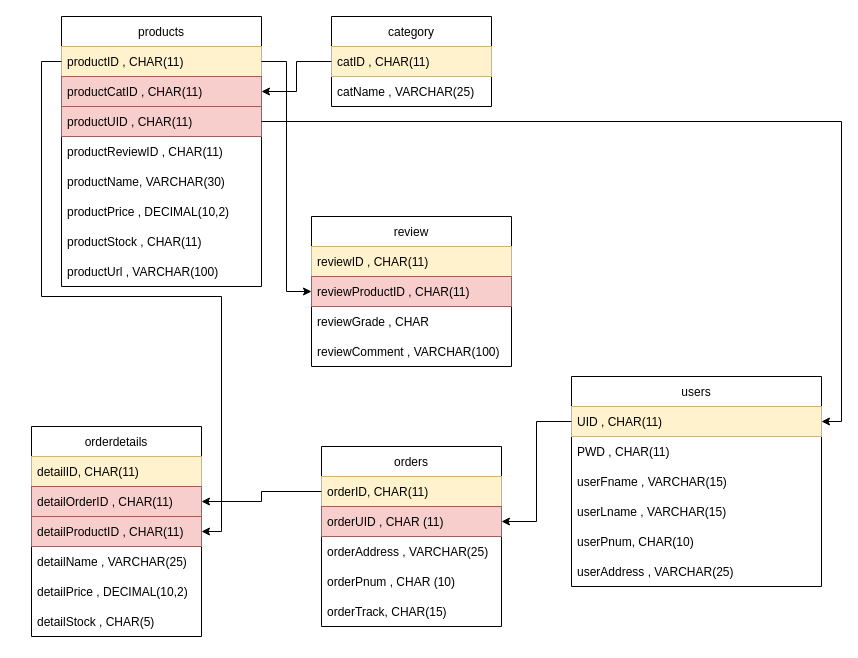
Earlier version of the draw.io diagram Charts/flowchart.drawio (AlexanderSelfors/D0018E). Source tidied: cells renumbered, new cells numbered last; positions are measured from the earlier drawing's top-left corner, leaving out a move shared by most shapes. Both pictures are drawn from the tidied source at 100%, with x=0, y=0 at pixel (31, 16).
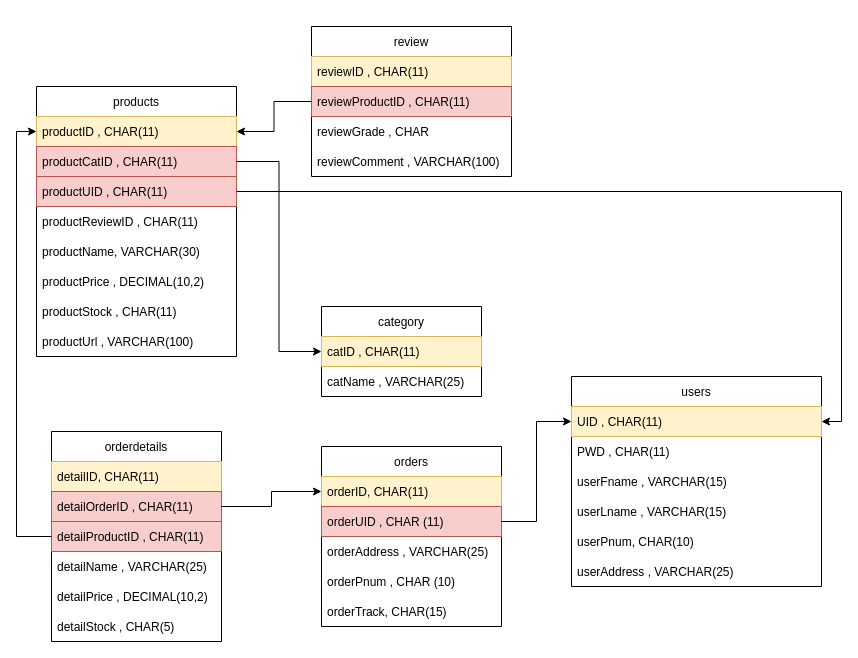
Above is the later version.

Unchanged cells that the change refers to:
```xml
<mxCell id="3" value="UID , CHAR(11)" style="text;strokeColor=#d6b656;fillColor=#fff2cc;align=left;verticalAlign=middle;spacingLeft=4;spacingRight=4;overflow=hidden;points=[[0,0.5],[1,0.5]];portConstraint=eastwest;" parent="2" vertex="1">
  <mxGeometry y="30" width="250" height="30" as="geometry" />
</mxCell>
<mxCell id="10" value="productID , CHAR(11)" style="text;strokeColor=#d6b656;fillColor=#fff2cc;align=left;verticalAlign=middle;spacingLeft=4;spacingRight=4;overflow=hidden;points=[[0,0.5],[1,0.5]];portConstraint=eastwest;" parent="9" vertex="1">
  <mxGeometry y="30" width="200" height="30" as="geometry" />
</mxCell>
<mxCell id="11" value="productCatID , CHAR(11)" style="text;strokeColor=#b85450;fillColor=#f8cecc;align=left;verticalAlign=middle;spacingLeft=4;spacingRight=4;overflow=hidden;points=[[0,0.5],[1,0.5]];portConstraint=eastwest;" parent="9" vertex="1">
  <mxGeometry y="60" width="200" height="30" as="geometry" />
</mxCell>
<mxCell id="12" value="productUID , CHAR(11)" style="text;strokeColor=#b85450;fillColor=#f8cecc;align=left;verticalAlign=middle;spacingLeft=4;spacingRight=4;overflow=hidden;points=[[0,0.5],[1,0.5]];portConstraint=eastwest;" parent="9" vertex="1">
  <mxGeometry y="90" width="200" height="30" as="geometry" />
</mxCell>
<mxCell id="19" value="orderID, CHAR(11)" style="text;strokeColor=#d6b656;fillColor=#fff2cc;align=left;verticalAlign=middle;spacingLeft=4;spacingRight=4;overflow=hidden;points=[[0,0.5],[1,0.5]];portConstraint=eastwest;" parent="18" vertex="1">
  <mxGeometry y="30" width="180" height="30" as="geometry" />
</mxCell>
<mxCell id="20" value="orderUID , CHAR (11)" style="text;strokeColor=#b85450;fillColor=#f8cecc;align=left;verticalAlign=middle;spacingLeft=4;spacingRight=4;overflow=hidden;points=[[0,0.5],[1,0.5]];portConstraint=eastwest;" parent="18" vertex="1">
  <mxGeometry y="60" width="180" height="30" as="geometry" />
</mxCell>
<mxCell id="26" value="detailOrderID , CHAR(11)" style="text;strokeColor=#b85450;fillColor=#f8cecc;align=left;verticalAlign=middle;spacingLeft=4;spacingRight=4;overflow=hidden;points=[[0,0.5],[1,0.5]];portConstraint=eastwest;" parent="24" vertex="1">
  <mxGeometry y="60" width="170" height="30" as="geometry" />
</mxCell>
<mxCell id="27" value="detailProductID , CHAR(11)" style="text;strokeColor=#b85450;fillColor=#f8cecc;align=left;verticalAlign=middle;spacingLeft=4;spacingRight=4;overflow=hidden;points=[[0,0.5],[1,0.5]];portConstraint=eastwest;" parent="24" vertex="1">
  <mxGeometry y="90" width="170" height="30" as="geometry" />
</mxCell>
<mxCell id="35" value="catID , CHAR(11)" style="text;strokeColor=#d6b656;fillColor=#fff2cc;align=left;verticalAlign=middle;spacingLeft=4;spacingRight=4;overflow=hidden;points=[[0,0.5],[1,0.5]];portConstraint=eastwest;" parent="34" vertex="1">
  <mxGeometry y="30" width="160" height="30" as="geometry" />
</mxCell>
<mxCell id="40" value="reviewProductID , CHAR(11)" style="text;align=left;verticalAlign=middle;spacingLeft=4;spacingRight=4;overflow=hidden;points=[[0,0.5],[1,0.5]];portConstraint=eastwest;fillColor=#f8cecc;strokeColor=#b85450;" parent="38" vertex="1">
  <mxGeometry y="60" width="200" height="30" as="geometry" />
</mxCell>
```

Diff of the diagram source:
```diff
@@
     <mxCell id="9" value="products" style="swimlane;fontStyle=0;horizontal=1;startSize=30;" parent="1" vertex="1">
-      <mxGeometry x="30" width="200" height="270" as="geometry" />
+      <mxGeometry x="5" y="70" width="200" height="270" as="geometry" />
     </mxCell>
@@
     <mxCell id="24" value="orderdetails" style="swimlane;fontStyle=0;horizontal=1;startSize=30;" parent="1" vertex="1">
-      <mxGeometry y="410" width="170" height="210" as="geometry" />
+      <mxGeometry x="20" y="415" width="170" height="210" as="geometry" />
     </mxCell>
@@
-    <mxCell id="31" style="edgeStyle=orthogonalEdgeStyle;rounded=0;jettySize=auto;html=1;strokeColor=default;" parent="1" edge="1" source="19" target="26">
-      <mxGeometry relative="1" as="geometry" />
-    </mxCell>
-    <mxCell id="32" style="edgeStyle=orthogonalEdgeStyle;rounded=0;jettySize=auto;html=1;entryX=1;entryY=0.5;entryDx=0;entryDy=0;strokeColor=default;" parent="1" edge="1" source="10" target="27">
-      <mxGeometry relative="1" as="geometry" />
-    </mxCell>
-    <mxCell id="33" style="edgeStyle=orthogonalEdgeStyle;rounded=0;jettySize=auto;html=1;entryX=1;entryY=0.5;entryDx=0;entryDy=0;strokeColor=default;" parent="1" edge="1" source="3" target="20">
-      <mxGeometry relative="1" as="geometry" />
-    </mxCell>
     <mxCell id="34" value="category" style="swimlane;fontStyle=0;horizontal=1;startSize=30;" parent="1" vertex="1">
-      <mxGeometry x="300" width="160" height="90" as="geometry" />
+      <mxGeometry x="290" y="290" width="160" height="90" as="geometry" />
     </mxCell>
@@
-    <mxCell id="37" style="edgeStyle=orthogonalEdgeStyle;rounded=0;jettySize=auto;html=1;entryX=1;entryY=0.5;entryDx=0;entryDy=0;strokeColor=default;" parent="1" edge="1" source="35" target="11">
-      <mxGeometry relative="1" as="geometry" />
-    </mxCell>
     <mxCell id="38" value="review" style="swimlane;fontStyle=0;horizontal=1;startSize=30;" parent="1" vertex="1">
-      <mxGeometry x="280" y="200" width="200" height="150" as="geometry" />
+      <mxGeometry x="280" y="10" width="200" height="150" as="geometry" />
     </mxCell>
@@
-    <mxCell id="43" style="edgeStyle=orthogonalEdgeStyle;rounded=0;jettySize=auto;html=1;entryX=0;entryY=0.5;entryDx=0;entryDy=0;strokeColor=default;" parent="1" edge="1" source="10" target="40">
-      <mxGeometry relative="1" as="geometry" />
-    </mxCell>
+    <mxCell id="45" style="edgeStyle=orthogonalEdgeStyle;rounded=0;jettySize=auto;html=1;entryX=1;entryY=0.5;entryDx=0;entryDy=0;" parent="1" edge="1" source="40" target="10">
+      <mxGeometry relative="1" as="geometry" />
+    </mxCell>
+    <mxCell id="46" style="edgeStyle=orthogonalEdgeStyle;rounded=0;jettySize=auto;html=1;entryX=0;entryY=0.5;entryDx=0;entryDy=0;" parent="1" edge="1" source="11" target="34">
+      <mxGeometry relative="1" as="geometry" />
+    </mxCell>
+    <mxCell id="47" style="edgeStyle=orthogonalEdgeStyle;rounded=0;jettySize=auto;html=1;entryX=0;entryY=0.5;entryDx=0;entryDy=0;" parent="1" edge="1" source="27" target="10">
+      <mxGeometry relative="1" as="geometry" />
+    </mxCell>
+    <mxCell id="48" style="edgeStyle=orthogonalEdgeStyle;rounded=0;jettySize=auto;html=1;" parent="1" edge="1" source="26" target="19">
+      <mxGeometry relative="1" as="geometry" />
+    </mxCell>
+    <mxCell id="49" style="edgeStyle=orthogonalEdgeStyle;rounded=0;jettySize=auto;html=1;entryX=0;entryY=0.5;entryDx=0;entryDy=0;" parent="1" edge="1" source="20" target="3">
+      <mxGeometry relative="1" as="geometry" />
+    </mxCell>
-    <mxCell id="44" style="edgeStyle=orthogonalEdgeStyle;rounded=0;jettySize=auto;html=1;entryX=1;entryY=0.5;entryDx=0;entryDy=0;strokeColor=default;" parent="1" edge="1" source="12" target="3">
+    <mxCell id="44" style="edgeStyle=orthogonalEdgeStyle;rounded=0;jettySize=auto;html=1;entryX=1;entryY=0.5;entryDx=0;entryDy=0;" parent="1" edge="1" source="12" target="3">
       <mxGeometry relative="1" as="geometry" />
     </mxCell>
```
